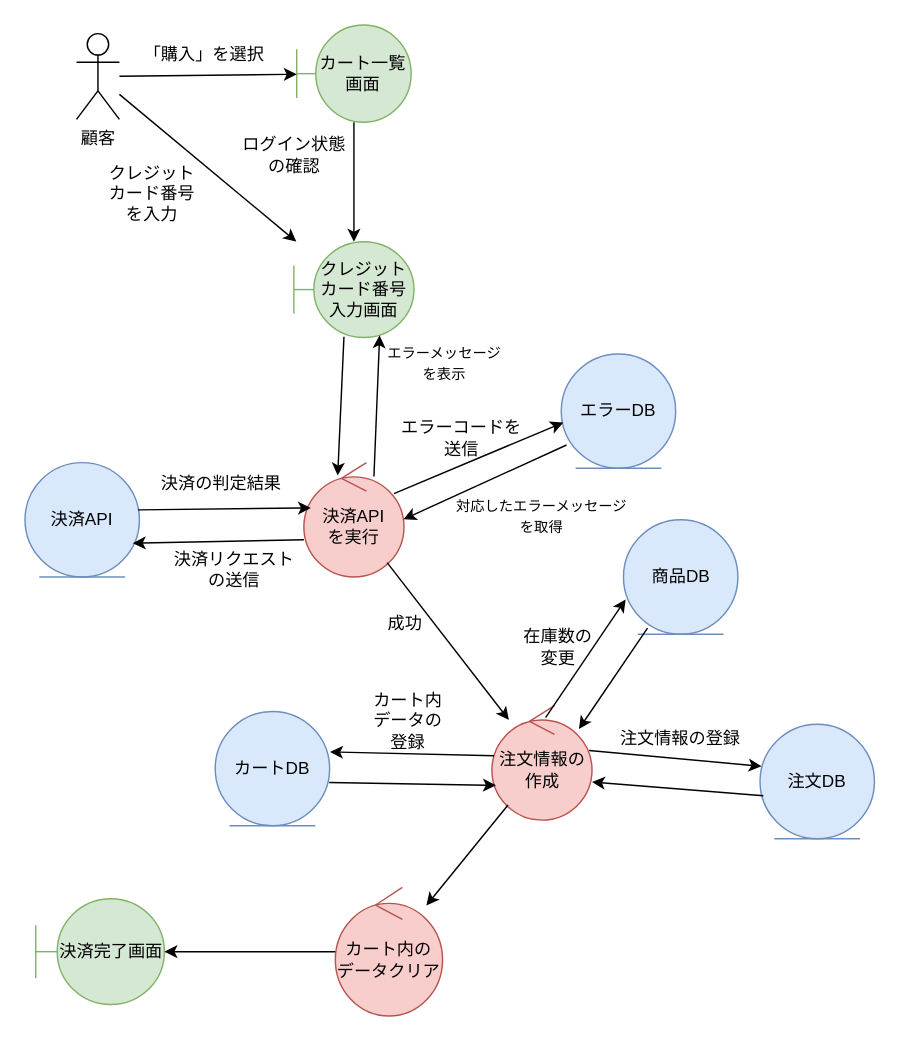
Before: BB/analysys_purchase.drawio in FujikawaHirono0520/group3_1_dogdog, a draw.io diagram. Source tidied: cells renumbered, new cells numbered last; positions are measured from the earlier drawing's top-left corner, leaving out a move shared by most shapes. Both pictures are drawn from the tidied source at 143%, with x=0, y=0 at pixel (24, 24).
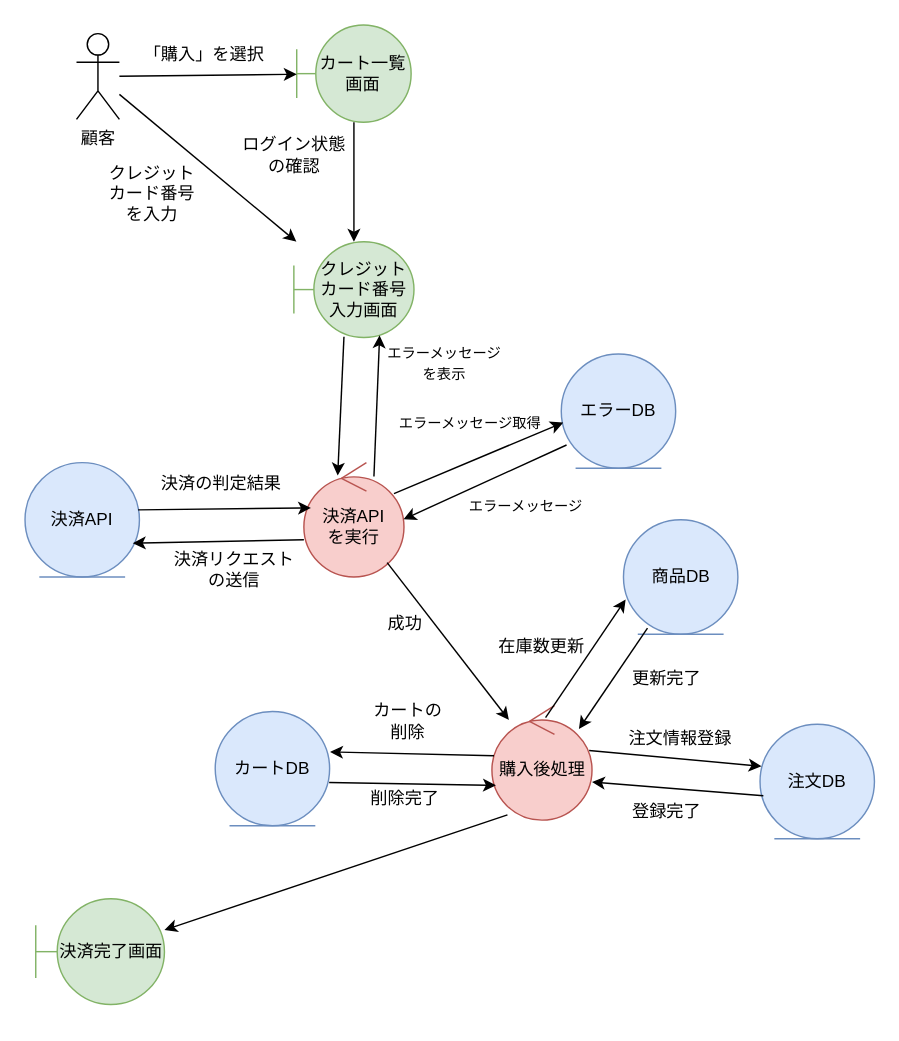
The same diagram, later.

Commit message (it also covers changes not shown here):
購入　シーケンス

The change refers to these unchanged cells:
```xml
<mxCell id="9" value="決済完了画面" style="shape=umlBoundary;whiteSpace=wrap;html=1;fillColor=#d5e8d4;strokeColor=#82b366;" parent="1" vertex="1">
  <mxGeometry x="7.5" y="611" width="90" height="74" as="geometry" />
</mxCell>
```

Change to the diagram source:
```diff
@@
-    <mxCell id="10" value="カート内の&lt;div&gt;データクリア&lt;/div&gt;" style="ellipse;shape=umlControl;whiteSpace=wrap;html=1;fillColor=#f8cecc;strokeColor=#b85450;" parent="1" vertex="1">
-      <mxGeometry x="217" y="603" width="75" height="90" as="geometry" />
-    </mxCell>
@@
-    <mxCell id="18" value="注文情報の作成" style="ellipse;shape=umlControl;whiteSpace=wrap;html=1;fillColor=#f8cecc;strokeColor=#b85450;" parent="1" vertex="1">
+    <mxCell id="18" value="購入後処理" style="ellipse;shape=umlControl;whiteSpace=wrap;html=1;fillColor=#f8cecc;strokeColor=#b85450;" parent="1" vertex="1">
       <mxGeometry x="326.5" y="476" width="70" height="80" as="geometry" />
     </mxCell>
@@
-    <mxCell id="27" value="エラーコードを送信" style="text;html=1;align=center;verticalAlign=middle;whiteSpace=wrap;rounded=0;" parent="1" vertex="1">
-      <mxGeometry x="260" y="274" width="91" height="30" as="geometry" />
-    </mxCell>
-    <mxCell id="28" value="&lt;font style=&quot;font-size: 10px;&quot;&gt;対応したエラーメッセージを取得&lt;/font&gt;" style="text;html=1;align=center;verticalAlign=middle;whiteSpace=wrap;rounded=0;fillColor=none;" parent="1" vertex="1">
-      <mxGeometry x="298" y="328" width="127" height="30" as="geometry" />
+    <mxCell id="28" value="&lt;font style=&quot;font-size: 10px;&quot;&gt;エラーメッセージ取得&lt;/font&gt;" style="text;html=1;align=center;verticalAlign=middle;whiteSpace=wrap;rounded=0;fillColor=none;" parent="1" vertex="1">
+      <mxGeometry x="248" y="263" width="127" height="30" as="geometry" />
     </mxCell>
@@
-    <mxCell id="34" value="注文情報の登録" style="text;html=1;align=center;verticalAlign=middle;whiteSpace=wrap;rounded=0;" parent="1" vertex="1">
+    <mxCell id="34" value="注文情報登録" style="text;html=1;align=center;verticalAlign=middle;whiteSpace=wrap;rounded=0;" parent="1" vertex="1">
       <mxGeometry x="406" y="484" width="105" height="30" as="geometry" />
     </mxCell>
-    <mxCell id="35" style="endArrow=classic;html=1;rounded=0;" parent="1" edge="1" source="18" target="10">
+    <mxCell id="35" style="endArrow=classic;html=1;rounded=0;exitX=0.155;exitY=0.954;exitDx=0;exitDy=0;exitPerimeter=0;" parent="1" edge="1" source="18" target="9">
       <mxGeometry relative="1" as="geometry" />
     </mxCell>
-    <mxCell id="36" style="endArrow=classic;html=1;rounded=0;" parent="1" edge="1" source="10" target="9">
-      <mxGeometry relative="1" as="geometry" />
-    </mxCell>
@@
-    <mxCell id="42" value="在庫数の変更" style="text;html=1;align=center;verticalAlign=middle;whiteSpace=wrap;rounded=0;" parent="1" vertex="1">
-      <mxGeometry x="343" y="420" width="60" height="30" as="geometry" />
+    <mxCell id="42" value="在庫数更新" style="text;html=1;align=center;verticalAlign=middle;whiteSpace=wrap;rounded=0;" parent="1" vertex="1">
+      <mxGeometry x="330" y="420" width="63" height="30" as="geometry" />
     </mxCell>
-    <mxCell id="43" value="カート内データの登録" style="text;html=1;align=center;verticalAlign=middle;whiteSpace=wrap;rounded=0;" parent="1" vertex="1">
+    <mxCell id="43" value="カートの削除" style="text;html=1;align=center;verticalAlign=middle;whiteSpace=wrap;rounded=0;" parent="1" vertex="1">
       <mxGeometry x="238" y="472" width="60" height="30" as="geometry" />
     </mxCell>
+    <mxCell id="44" value="&lt;font style=&quot;font-size: 10px;&quot;&gt;エラーメッセージ&lt;/font&gt;" style="text;html=1;align=center;verticalAlign=middle;whiteSpace=wrap;rounded=0;fillColor=none;" parent="1" vertex="1">
+      <mxGeometry x="287" y="321" width="127" height="30" as="geometry" />
+    </mxCell>
+    <mxCell id="45" value="削除完了" style="text;html=1;align=center;verticalAlign=middle;whiteSpace=wrap;rounded=0;" parent="1" vertex="1">
+      <mxGeometry x="236" y="526" width="60" height="30" as="geometry" />
+    </mxCell>
+    <mxCell id="46" value="登録完了" style="text;html=1;align=center;verticalAlign=middle;whiteSpace=wrap;rounded=0;" parent="1" vertex="1">
+      <mxGeometry x="418.5" y="535" width="60" height="30" as="geometry" />
+    </mxCell>
+    <mxCell id="47" value="更新完了" style="text;html=1;align=center;verticalAlign=middle;whiteSpace=wrap;rounded=0;" parent="1" vertex="1">
+      <mxGeometry x="418.5" y="442" width="60" height="30" as="geometry" />
+    </mxCell>
```
